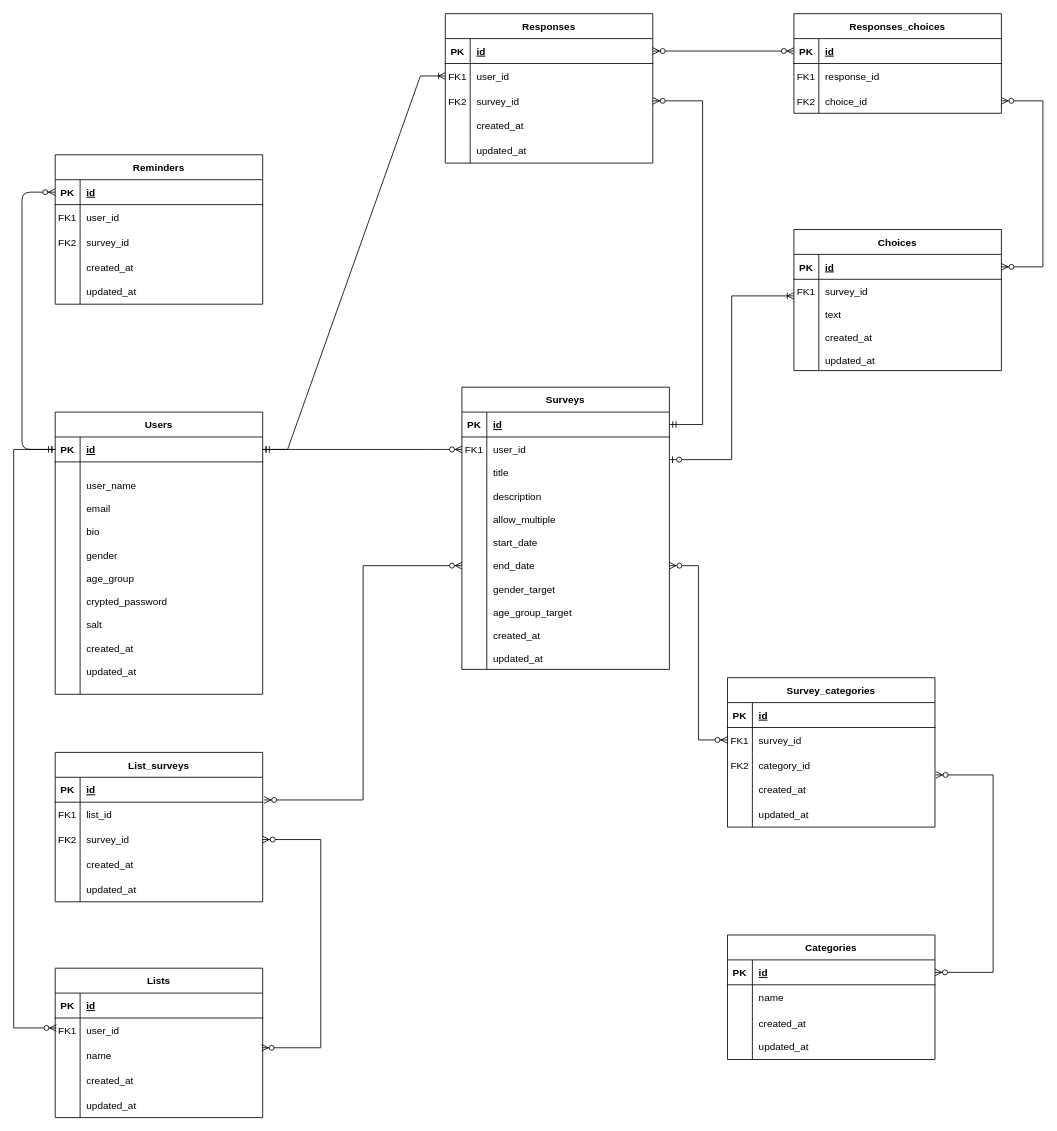
This is 中間試験 課題4 テーブル設計 修正版1.drawio from Ryuto-A/Ryuto-A, a draw.io file, before an edit. Source tidied: cells renumbered, new cells numbered last; positions are measured from the earlier drawing's top-left corner, leaving out a move shared by most shapes. Both pictures are drawn from the tidied source at 83%, with x=0, y=0 at pixel (13, 13).
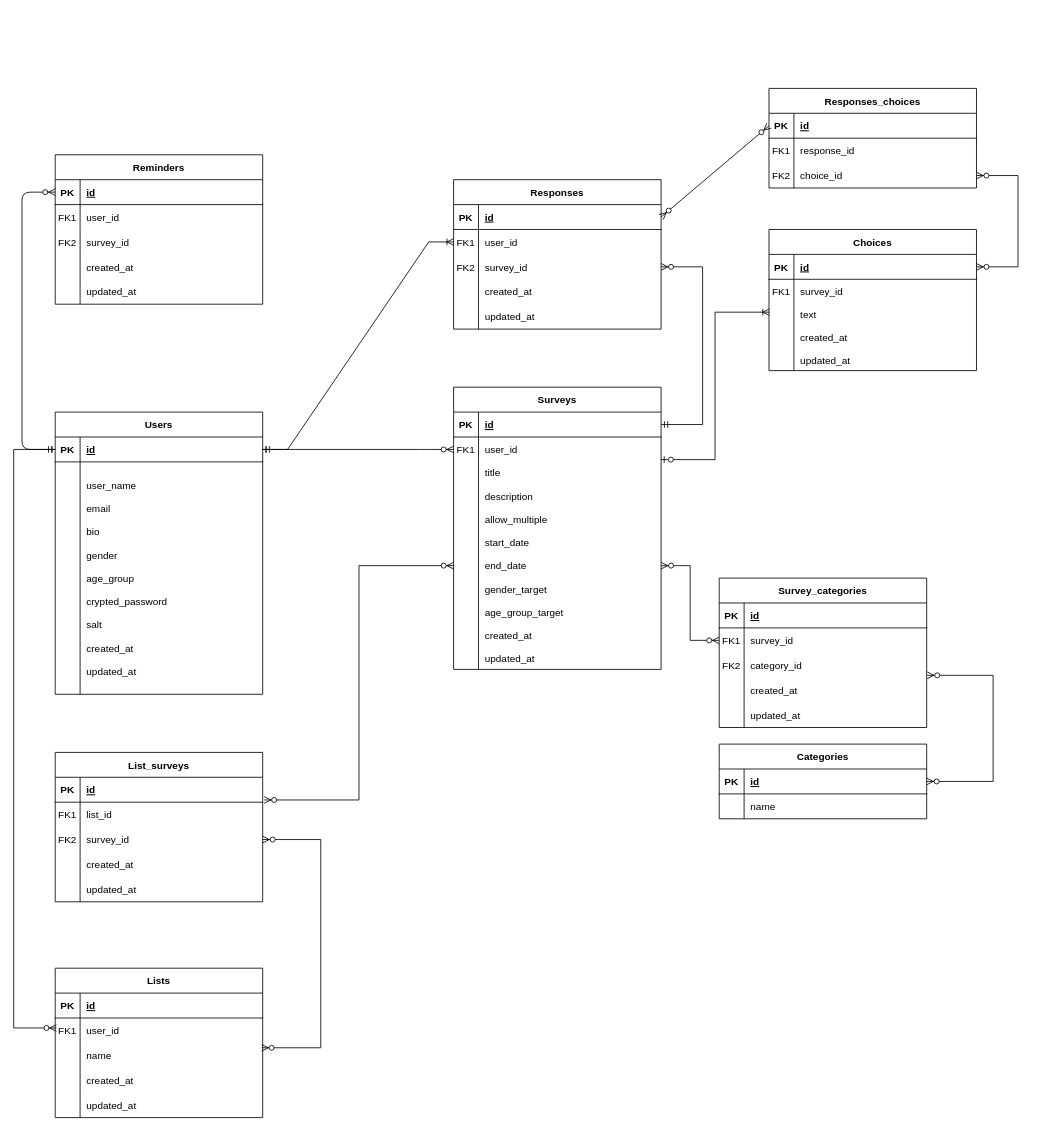
The same page after the edit.

Commit message:
中間試験 課題4 テーブル設計 修正版1.drawio を更新します

Unchanged cells that the change refers to:
```xml
<mxCell id="11" style="shape=partialRectangle;fillColor=none;points=[[0,0.5],[1,0.5]];portConstraint=eastwest;top=0;left=0;right=0;bottom=0;" parent="4" vertex="1">
  <mxGeometry y="90" width="250" height="250" as="geometry" />
</mxCell>
<mxCell id="22" style="shape=partialRectangle;fillColor=none;points=[[0,0.5],[1,0.5]];portConstraint=eastwest;top=0;left=0;right=0;bottom=1;" parent="21" vertex="1">
  <mxGeometry y="30" width="250" height="30" as="geometry" />
</mxCell>
<mxCell id="28" style="shape=partialRectangle;fillColor=none;points=[[0,0.5],[1,0.5]];portConstraint=eastwest;top=0;left=0;right=0;bottom=0;" parent="21" vertex="1">
  <mxGeometry y="90" width="250" height="80" as="geometry" />
</mxCell>
<mxCell id="136" style="shape=partialRectangle;fillColor=none;points=[[0,0.5],[1,0.5]];portConstraint=eastwest;top=0;left=0;right=0;bottom=0;" parent="129" vertex="1">
  <mxGeometry y="90" width="250" height="30" as="geometry" />
</mxCell>
```

The edit, as a diff of the source:
```diff
@@
     <mxCell id="4" value="Surveys" style="shape=table;startSize=30;childLayout=tableLayout;rowLines=0;fontStyle=1;align=center;" parent="1" vertex="1">
-      <mxGeometry x="540" y="450" width="250" height="340" as="geometry" />
+      <mxGeometry x="530" y="450" width="250" height="340" as="geometry" />
     </mxCell>
@@
     <mxCell id="21" value="Choices" style="shape=table;startSize=30;childLayout=tableLayout;rowLines=0;fontStyle=1;align=center;" parent="1" vertex="1">
-      <mxGeometry x="940" y="260" width="250" height="170" as="geometry" />
+      <mxGeometry x="910" y="260" width="250" height="170" as="geometry" />
     </mxCell>
@@
     <mxCell id="31" value="Categories" style="shape=table;startSize=30;childLayout=tableLayout;rowLines=0;fontStyle=1;align=center;" parent="1" vertex="1">
-      <mxGeometry x="860" y="1110" width="250" height="150" as="geometry" />
+      <mxGeometry x="850" y="880" width="250" height="90" as="geometry" />
     </mxCell>
@@
-    <mxCell id="38" style="shape=partialRectangle;fillColor=none;top=0;left=0;right=0;bottom=0;" parent="31" vertex="1">
-      <mxGeometry y="90" width="250" height="60" as="geometry" />
-    </mxCell>
-    <mxCell id="39" style="shape=partialRectangle;overflow=hidden;fillColor=none;top=0;left=0;bottom=0;right=0;" parent="38" vertex="1">
-      <mxGeometry width="30" height="60" as="geometry" />
-    </mxCell>
-    <mxCell id="40" value="created_at&#10;&#10;updated_at" style="shape=partialRectangle;overflow=hidden;fillColor=none;top=0;left=0;bottom=0;right=0;align=left;spacingLeft=6;" parent="38" vertex="1">
-      <mxGeometry x="30" width="220" height="60" as="geometry" />
-    </mxCell>
@@
     <mxCell id="73" value="Responses" style="shape=table;startSize=30;childLayout=tableLayout;rowLines=0;fontStyle=1;align=center;" parent="1" vertex="1">
-      <mxGeometry x="520" width="250" height="180" as="geometry" />
+      <mxGeometry x="530" y="200" width="250" height="180" as="geometry" />
     </mxCell>
@@
     <mxCell id="89" value="Survey_categories" style="shape=table;startSize=30;childLayout=tableLayout;rowLines=0;fontStyle=1;align=center;" parent="1" vertex="1">
-      <mxGeometry x="860" y="800" width="250" height="180" as="geometry" />
+      <mxGeometry x="850" y="680" width="250" height="180" as="geometry" />
     </mxCell>
@@
     <mxCell id="128" style="group;" parent="1" vertex="1">
-      <mxGeometry x="950" width="250" height="120" as="geometry" />
+      <mxGeometry x="920" y="90" width="250" height="120" as="geometry" />
     </mxCell>
@@
     <mxCell id="140" style="edgeStyle=elbowEdgeStyle;fontSize=12;html=1;endArrow=ERzeroToMany;endFill=1;startArrow=ERzeroToMany;rounded=0;entryX=1;entryY=0.5;entryDx=0;entryDy=0;exitX=1;exitY=0.5;exitDx=0;exitDy=0;" parent="1" edge="1" source="22" target="136">
       <mxGeometry relative="1" as="geometry">
         <Array as="points">
-          <mxPoint x="1240" y="200" />
+          <mxPoint x="1210" y="250" />
         </Array>
       </mxGeometry>
     </mxCell>
-    <mxCell id="141" style="edgeStyle=elbowEdgeStyle;fontSize=12;html=1;endArrow=ERoneToMany;startArrow=ERzeroToOne;rounded=0;exitX=0.999;exitY=-0.011;exitDx=0;exitDy=0;exitPerimeter=0;" parent="1" edge="1" source="11">
-      <mxGeometry relative="1" as="geometry">
-        <mxPoint x="940" y="340" as="targetPoint" />
-      </mxGeometry>
+    <mxCell id="141" style="edgeStyle=elbowEdgeStyle;fontSize=12;html=1;endArrow=ERoneToMany;startArrow=ERzeroToOne;rounded=0;exitX=0.999;exitY=-0.011;exitDx=0;exitDy=0;exitPerimeter=0;entryX=0.002;entryY=0.12;entryDx=0;entryDy=0;entryPerimeter=0;" parent="1" edge="1" source="11" target="28">
+      <mxGeometry relative="1" as="geometry" />
     </mxCell>
```
